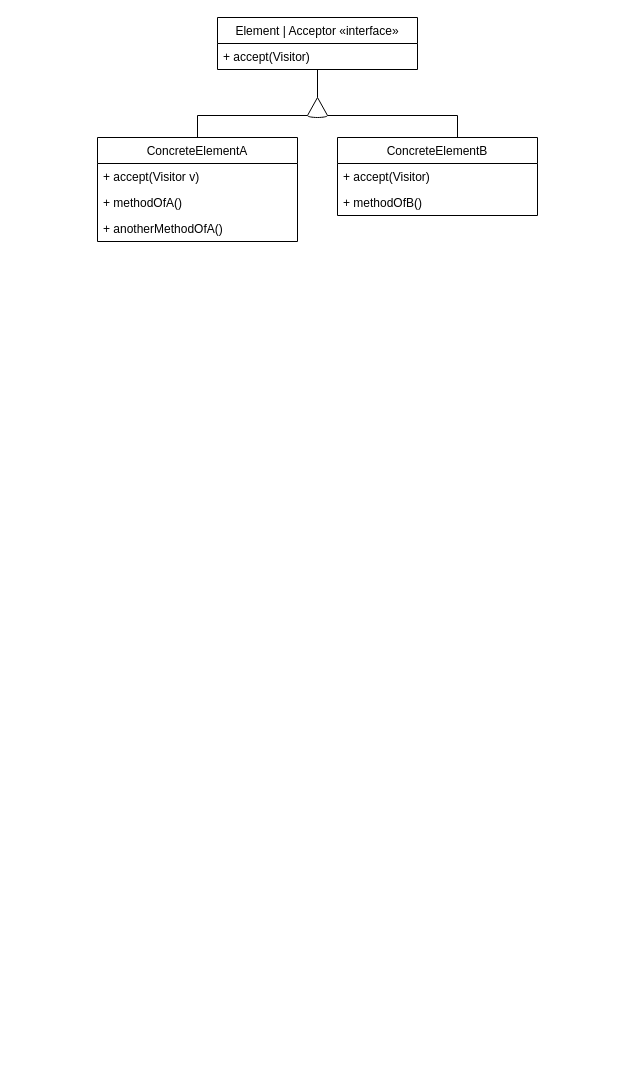
Above: visitor.drawio in apolicky/nprg024 (draw.io), before the change. Source tidied: cells renumbered, new cells numbered last; positions are measured from the earlier drawing's top-left corner, leaving out a move shared by most shapes. Both pictures are drawn from the tidied source at 100%, with x=0, y=0 at pixel (97, 17).
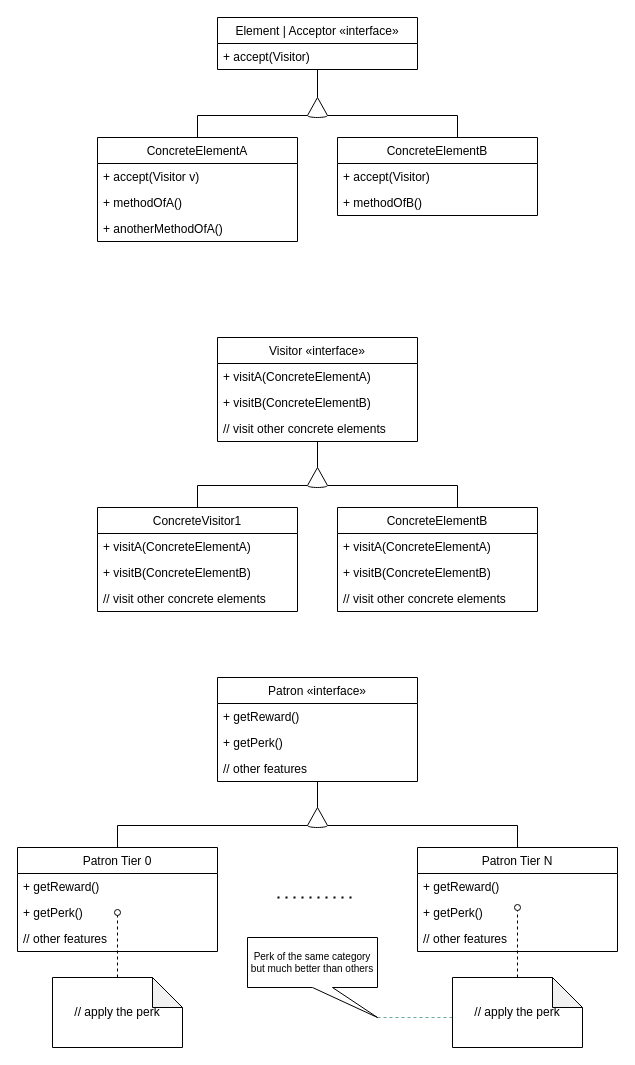
The same page after the edit.

What changed in the source:
```diff
@@
+    <mxCell id="15" value="Visitor «interface»" style="swimlane;fontStyle=0;horizontal=1;startSize=26;fillColor=none;" parent="1" vertex="1">
+      <mxGeometry x="120" y="320" width="200" height="104" as="geometry" />
+    </mxCell>
+    <mxCell id="16" value="+ visitA(ConcreteElementA)" style="text;strokeColor=none;fillColor=none;align=left;verticalAlign=top;spacingLeft=4;spacingRight=4;overflow=hidden;" parent="15" vertex="1">
+      <mxGeometry y="26" width="200" height="26" as="geometry" />
+    </mxCell>
+    <mxCell id="17" value="+ visitB(ConcreteElementB)" style="text;strokeColor=none;fillColor=none;align=left;verticalAlign=top;spacingLeft=4;spacingRight=4;overflow=hidden;" parent="15" vertex="1">
+      <mxGeometry y="52" width="200" height="26" as="geometry" />
+    </mxCell>
+    <mxCell id="18" value="// visit other concrete elements" style="text;strokeColor=none;fillColor=none;align=left;verticalAlign=top;spacingLeft=4;spacingRight=4;overflow=hidden;" parent="15" vertex="1">
+      <mxGeometry y="78" width="200" height="26" as="geometry" />
+    </mxCell>
+    <mxCell id="19" style="edgeStyle=orthogonalEdgeStyle;rounded=0;jettySize=auto;html=1;entryX=0;entryY=0;entryDx=0;entryDy=18;entryPerimeter=0;endArrow=none;endFill=0;" parent="1" edge="1" source="20" target="30">
+      <mxGeometry relative="1" as="geometry">
+        <Array as="points">
+          <mxPoint x="100" y="468" />
+        </Array>
+      </mxGeometry>
+    </mxCell>
+    <mxCell id="20" value="ConcreteVisitor1" style="swimlane;fontStyle=0;horizontal=1;startSize=26;fillColor=none;" parent="1" vertex="1">
+      <mxGeometry y="490" width="200" height="104" as="geometry" />
+    </mxCell>
+    <mxCell id="21" value="+ visitA(ConcreteElementA)" style="text;strokeColor=none;fillColor=none;align=left;verticalAlign=top;spacingLeft=4;spacingRight=4;overflow=hidden;" parent="20" vertex="1">
+      <mxGeometry y="26" width="200" height="26" as="geometry" />
+    </mxCell>
+    <mxCell id="22" value="+ visitB(ConcreteElementB)" style="text;strokeColor=none;fillColor=none;align=left;verticalAlign=top;spacingLeft=4;spacingRight=4;overflow=hidden;" parent="20" vertex="1">
+      <mxGeometry y="52" width="200" height="26" as="geometry" />
+    </mxCell>
+    <mxCell id="23" value="// visit other concrete elements" style="text;strokeColor=none;fillColor=none;align=left;verticalAlign=top;spacingLeft=4;spacingRight=4;overflow=hidden;" parent="20" vertex="1">
+      <mxGeometry y="78" width="200" height="26" as="geometry" />
+    </mxCell>
+    <mxCell id="24" style="edgeStyle=orthogonalEdgeStyle;rounded=0;jettySize=auto;html=1;entryX=0;entryY=0;entryDx=20;entryDy=18;entryPerimeter=0;endArrow=none;endFill=0;" parent="1" edge="1" source="25" target="30">
+      <mxGeometry relative="1" as="geometry">
+        <Array as="points">
+          <mxPoint x="360" y="468" />
+        </Array>
+      </mxGeometry>
+    </mxCell>
+    <mxCell id="25" value="ConcreteElementB" style="swimlane;fontStyle=0;horizontal=1;startSize=26;fillColor=none;" parent="1" vertex="1">
+      <mxGeometry x="240" y="490" width="200" height="104" as="geometry" />
+    </mxCell>
+    <mxCell id="26" value="+ visitA(ConcreteElementA)" style="text;strokeColor=none;fillColor=none;align=left;verticalAlign=top;spacingLeft=4;spacingRight=4;overflow=hidden;" parent="25" vertex="1">
+      <mxGeometry y="26" width="200" height="26" as="geometry" />
+    </mxCell>
+    <mxCell id="27" value="+ visitB(ConcreteElementB)" style="text;strokeColor=none;fillColor=none;align=left;verticalAlign=top;spacingLeft=4;spacingRight=4;overflow=hidden;" parent="25" vertex="1">
+      <mxGeometry y="52" width="200" height="26" as="geometry" />
+    </mxCell>
+    <mxCell id="28" value="// visit other concrete elements" style="text;strokeColor=none;fillColor=none;align=left;verticalAlign=top;spacingLeft=4;spacingRight=4;overflow=hidden;" parent="25" vertex="1">
+      <mxGeometry y="78" width="200" height="26" as="geometry" />
+    </mxCell>
+    <mxCell id="29" style="edgeStyle=orthogonalEdgeStyle;rounded=0;jettySize=auto;html=1;endArrow=none;endFill=0;" parent="1" edge="1" source="30" target="15">
+      <mxGeometry relative="1" as="geometry" />
+    </mxCell>
+    <mxCell id="30" style="verticalLabelPosition=bottom;verticalAlign=top;html=1;shape=mxgraph.basic.cone2;dx=0.5;dy=0.9;" parent="1" vertex="1">
+      <mxGeometry x="210" y="450" width="20" height="20" as="geometry" />
+    </mxCell>
+    <mxCell id="31" value="Patron «interface»" style="swimlane;fontStyle=0;horizontal=1;startSize=26;fillColor=none;" parent="1" vertex="1">
+      <mxGeometry x="120" y="660" width="200" height="104" as="geometry" />
+    </mxCell>
+    <mxCell id="32" value="+ getReward()" style="text;strokeColor=none;fillColor=none;align=left;verticalAlign=top;spacingLeft=4;spacingRight=4;overflow=hidden;" parent="31" vertex="1">
+      <mxGeometry y="26" width="200" height="26" as="geometry" />
+    </mxCell>
+    <mxCell id="33" value="+ getPerk()" style="text;strokeColor=none;fillColor=none;align=left;verticalAlign=top;spacingLeft=4;spacingRight=4;overflow=hidden;" parent="31" vertex="1">
+      <mxGeometry y="52" width="200" height="26" as="geometry" />
+    </mxCell>
+    <mxCell id="34" value="// other features" style="text;strokeColor=none;fillColor=none;align=left;verticalAlign=top;spacingLeft=4;spacingRight=4;overflow=hidden;" parent="31" vertex="1">
+      <mxGeometry y="78" width="200" height="26" as="geometry" />
+    </mxCell>
+    <mxCell id="35" style="edgeStyle=orthogonalEdgeStyle;rounded=0;jettySize=auto;html=1;entryX=0;entryY=0;entryDx=0;entryDy=18;entryPerimeter=0;endArrow=none;endFill=0;" parent="1" edge="1" source="36" target="47">
+      <mxGeometry relative="1" as="geometry">
+        <Array as="points">
+          <mxPoint x="20" y="808" />
+        </Array>
+      </mxGeometry>
+    </mxCell>
+    <mxCell id="36" value="Patron Tier 0" style="swimlane;fontStyle=0;horizontal=1;startSize=26;fillColor=none;" parent="1" vertex="1">
+      <mxGeometry x="-80" y="830" width="200" height="104" as="geometry" />
+    </mxCell>
+    <mxCell id="37" value="+ getReward()" style="text;strokeColor=none;fillColor=none;align=left;verticalAlign=top;spacingLeft=4;spacingRight=4;overflow=hidden;" parent="36" vertex="1">
+      <mxGeometry y="26" width="200" height="26" as="geometry" />
+    </mxCell>
+    <mxCell id="38" value="+ getPerk()" style="text;strokeColor=none;fillColor=none;align=left;verticalAlign=top;spacingLeft=4;spacingRight=4;overflow=hidden;" parent="36" vertex="1">
+      <mxGeometry y="52" width="200" height="26" as="geometry" />
+    </mxCell>
+    <mxCell id="39" value="// other features" style="text;strokeColor=none;fillColor=none;align=left;verticalAlign=top;spacingLeft=4;spacingRight=4;overflow=hidden;" parent="36" vertex="1">
+      <mxGeometry y="78" width="200" height="26" as="geometry" />
+    </mxCell>
+    <mxCell id="40" style="edgeStyle=orthogonalEdgeStyle;rounded=0;jettySize=auto;html=1;entryX=0;entryY=0;entryDx=20;entryDy=18;entryPerimeter=0;endArrow=none;endFill=0;" parent="1" edge="1" source="41" target="47">
+      <mxGeometry relative="1" as="geometry">
+        <Array as="points">
+          <mxPoint x="420" y="808" />
+        </Array>
+      </mxGeometry>
+    </mxCell>
+    <mxCell id="41" value="Patron Tier N" style="swimlane;fontStyle=0;horizontal=1;startSize=26;fillColor=none;" parent="1" vertex="1">
+      <mxGeometry x="320" y="830" width="200" height="104" as="geometry" />
+    </mxCell>
+    <mxCell id="42" value="+ getReward()" style="text;strokeColor=none;fillColor=none;align=left;verticalAlign=top;spacingLeft=4;spacingRight=4;overflow=hidden;" parent="41" vertex="1">
+      <mxGeometry y="26" width="200" height="26" as="geometry" />
+    </mxCell>
+    <mxCell id="43" value="+ getPerk()" style="text;strokeColor=none;fillColor=none;align=left;verticalAlign=top;spacingLeft=4;spacingRight=4;overflow=hidden;" parent="41" vertex="1">
+      <mxGeometry y="52" width="200" height="26" as="geometry" />
+    </mxCell>
+    <mxCell id="44" value="// other features" style="text;strokeColor=none;fillColor=none;align=left;verticalAlign=top;spacingLeft=4;spacingRight=4;overflow=hidden;" parent="41" vertex="1">
+      <mxGeometry y="78" width="200" height="26" as="geometry" />
+    </mxCell>
+    <mxCell id="45" style="edgeStyle=orthogonalEdgeStyle;rounded=0;jettySize=auto;html=1;dashed=1;endArrow=oval;endFill=0;exitX=0.5;exitY=0;exitDx=0;exitDy=0;exitPerimeter=0;" parent="41" edge="1" source="52">
+      <mxGeometry relative="1" as="geometry">
+        <mxPoint x="100" y="60" as="targetPoint" />
+        <Array as="points">
+          <mxPoint x="100" y="60" />
+          <mxPoint x="100" y="60" />
+        </Array>
+      </mxGeometry>
+    </mxCell>
+    <mxCell id="46" style="edgeStyle=orthogonalEdgeStyle;rounded=0;jettySize=auto;html=1;endArrow=none;endFill=0;" parent="1" edge="1" source="47" target="31">
+      <mxGeometry relative="1" as="geometry" />
+    </mxCell>
+    <mxCell id="47" style="verticalLabelPosition=bottom;verticalAlign=top;html=1;shape=mxgraph.basic.cone2;dx=0.5;dy=0.9;" parent="1" vertex="1">
+      <mxGeometry x="210" y="790" width="20" height="20" as="geometry" />
+    </mxCell>
+    <mxCell id="48" style="endArrow=none;dashed=1;html=1;dashPattern=1 3;strokeWidth=2;" parent="1" edge="1">
+      <mxGeometry relative="1" as="geometry">
+        <mxPoint x="180" y="880" as="sourcePoint" />
+        <mxPoint x="260" y="880" as="targetPoint" />
+      </mxGeometry>
+    </mxCell>
+    <mxCell id="49" style="edgeStyle=orthogonalEdgeStyle;rounded=0;jettySize=auto;html=1;dashed=1;endArrow=oval;endFill=0;" parent="1" edge="1" source="50">
+      <mxGeometry relative="1" as="geometry">
+        <mxPoint x="20" y="895" as="targetPoint" />
+        <Array as="points">
+          <mxPoint x="20" y="895" />
+        </Array>
+      </mxGeometry>
+    </mxCell>
+    <mxCell id="50" value="// apply the perk" style="shape=note;whiteSpace=wrap;html=1;backgroundOutline=1;darkOpacity=0.05;" parent="1" vertex="1">
+      <mxGeometry x="-45" y="960" width="130" height="70" as="geometry" />
+    </mxCell>
+    <mxCell id="51" style="edgeStyle=orthogonalEdgeStyle;rounded=0;jettySize=auto;html=1;entryX=0;entryY=0;entryDx=130;entryDy=80;entryPerimeter=0;endArrow=none;endFill=0;dashed=1;strokeColor=#67AB9F;" parent="1" edge="1" source="52" target="53">
+      <mxGeometry relative="1" as="geometry">
+        <Array as="points">
+          <mxPoint x="290" y="1000" />
+          <mxPoint x="290" y="1000" />
+        </Array>
+      </mxGeometry>
+    </mxCell>
+    <mxCell id="52" value="// apply the perk" style="shape=note;whiteSpace=wrap;html=1;backgroundOutline=1;darkOpacity=0.05;" parent="1" vertex="1">
+      <mxGeometry x="355" y="960" width="130" height="70" as="geometry" />
+    </mxCell>
+    <mxCell id="53" value="&lt;div style=&quot;font-size: 10px&quot;&gt;&lt;font style=&quot;font-size: 10px&quot;&gt;Perk of the same category&lt;br&gt;&lt;/font&gt;&lt;/div&gt;&lt;div style=&quot;font-size: 10px&quot;&gt;&lt;font style=&quot;font-size: 10px&quot;&gt;but much better than others&lt;/font&gt;&lt;/div&gt;" style="shape=callout;whiteSpace=wrap;html=1;perimeter=calloutPerimeter;position2=1;" parent="1" vertex="1">
+      <mxGeometry x="150" y="920" width="130" height="80" as="geometry" />
+    </mxCell>
```
